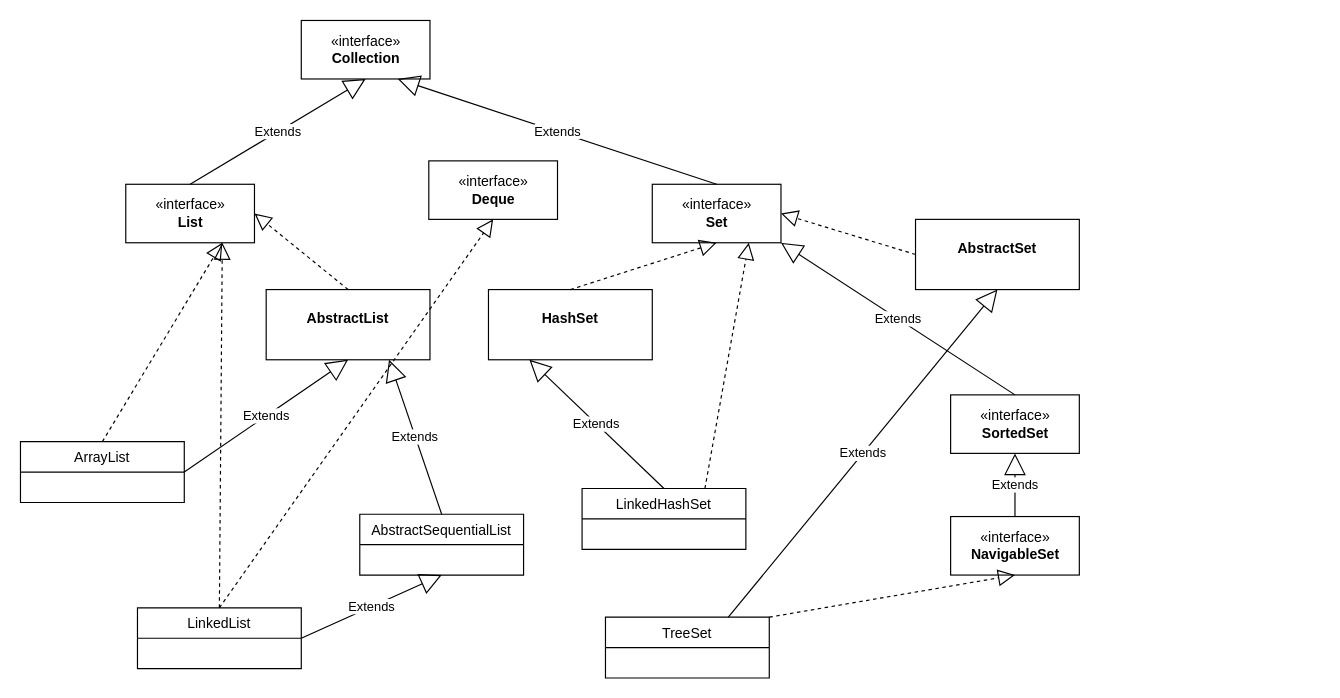
Above: uml/collecions.drawio in andre-s-nascimento/java-collections (draw.io), before the change. Source tidied: cells renumbered, new cells numbered last; positions are measured from the earlier drawing's top-left corner, leaving out a move shared by most shapes. Both pictures are drawn from the tidied source at 117%, with x=0, y=0 at pixel (20, 20).
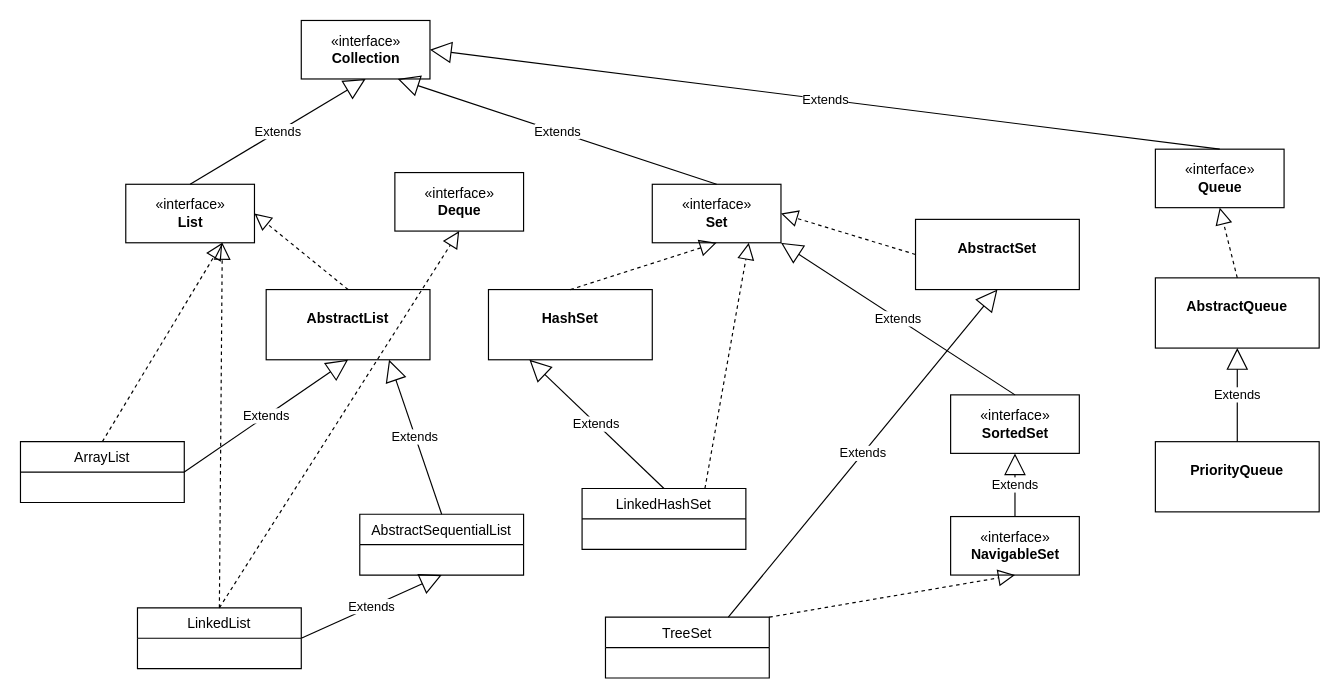
The same diagram, later.

Commit message (it also covers changes not shown here):
Final Aula 06 - Queue

The change refers to these unchanged cells:
```xml
<mxCell id="2" value="«interface»&lt;br&gt;&lt;b&gt;Collection&lt;br&gt;&lt;/b&gt;" style="html=1;" parent="1" vertex="1">
  <mxGeometry x="240" width="110" height="50" as="geometry" />
</mxCell>
```

What changed in the source:
```diff
@@
     <mxCell id="14" value="«interface»&lt;br&gt;&lt;b&gt;Deque&lt;/b&gt;" style="html=1;" parent="1" vertex="1">
-      <mxGeometry x="349" y="120" width="110" height="50" as="geometry" />
+      <mxGeometry x="320" y="130" width="110" height="50" as="geometry" />
     </mxCell>
@@
+    <mxCell id="33" value="«interface»&lt;br&gt;&lt;b&gt;Queue&lt;/b&gt;" style="html=1;" parent="1" vertex="1">
+      <mxGeometry x="970" y="110" width="110" height="50" as="geometry" />
+    </mxCell>
+    <mxCell id="34" value="Extends" style="endArrow=block;endSize=16;endFill=0;html=1;exitX=0.5;exitY=0;exitDx=0;exitDy=0;entryX=1;entryY=0.5;entryDx=0;entryDy=0;" parent="1" edge="1" source="33" target="2">
+      <mxGeometry relative="1" as="geometry" />
+    </mxCell>
+    <mxCell id="35" value="&lt;p style=&quot;margin:0px;margin-top:4px;text-align:center;&quot;&gt;&lt;br&gt;&lt;b&gt;AbstractQueue&lt;/b&gt;&lt;/p&gt;" style="verticalAlign=top;align=left;overflow=fill;fontSize=12;fontFamily=Helvetica;html=1;" parent="1" vertex="1">
+      <mxGeometry x="970" y="220" width="140" height="60" as="geometry" />
+    </mxCell>
+    <mxCell id="36" value="&lt;p style=&quot;margin:0px;margin-top:4px;text-align:center;&quot;&gt;&lt;br&gt;&lt;b&gt;PriorityQueue&lt;/b&gt;&lt;/p&gt;" style="verticalAlign=top;align=left;overflow=fill;fontSize=12;fontFamily=Helvetica;html=1;" parent="1" vertex="1">
+      <mxGeometry x="970" y="360" width="140" height="60" as="geometry" />
+    </mxCell>
+    <mxCell id="37" value="Extends" style="endArrow=block;endSize=16;endFill=0;html=1;exitX=0.5;exitY=0;exitDx=0;exitDy=0;" parent="1" edge="1" source="36" target="35">
+      <mxGeometry relative="1" as="geometry" />
+    </mxCell>
+    <mxCell id="38" style="endArrow=block;dashed=1;endFill=0;endSize=12;html=1;exitX=0.5;exitY=0;exitDx=0;exitDy=0;entryX=0.5;entryY=1;entryDx=0;entryDy=0;" parent="1" edge="1" source="35" target="33">
+      <mxGeometry relative="1" as="geometry" />
+    </mxCell>
```
